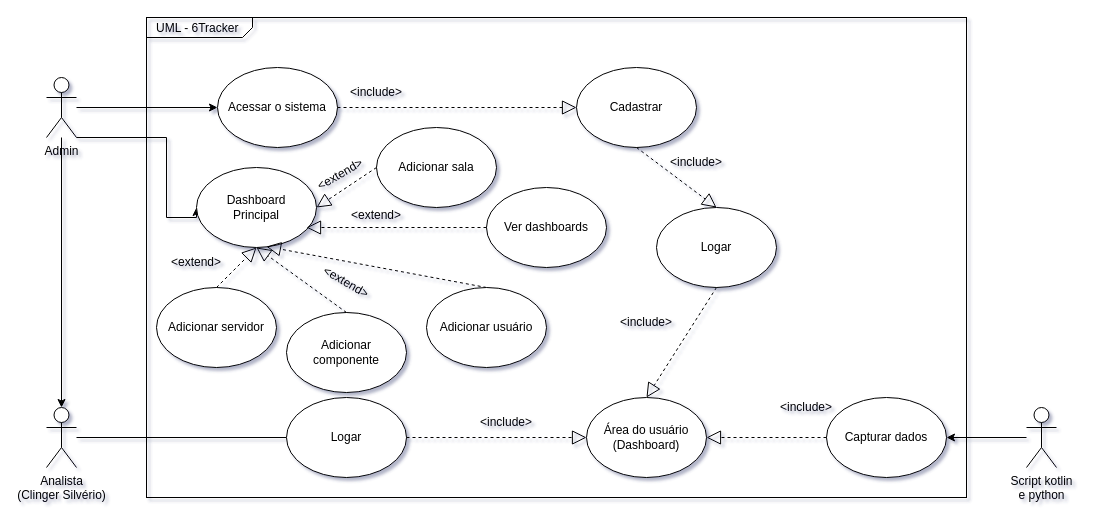
This is Site/Documentação/Documentação ALL/UML - 6Tracker.drawio from Monitoramento-Dados-Sensiveis/6tracker, a draw.io file, before an edit. Source tidied: cells renumbered, new cells numbered last; positions are measured from the earlier drawing's top-left corner, leaving out a move shared by most shapes. Both pictures are drawn from the tidied source at 100%, with x=0, y=0 at pixel (46, 17).
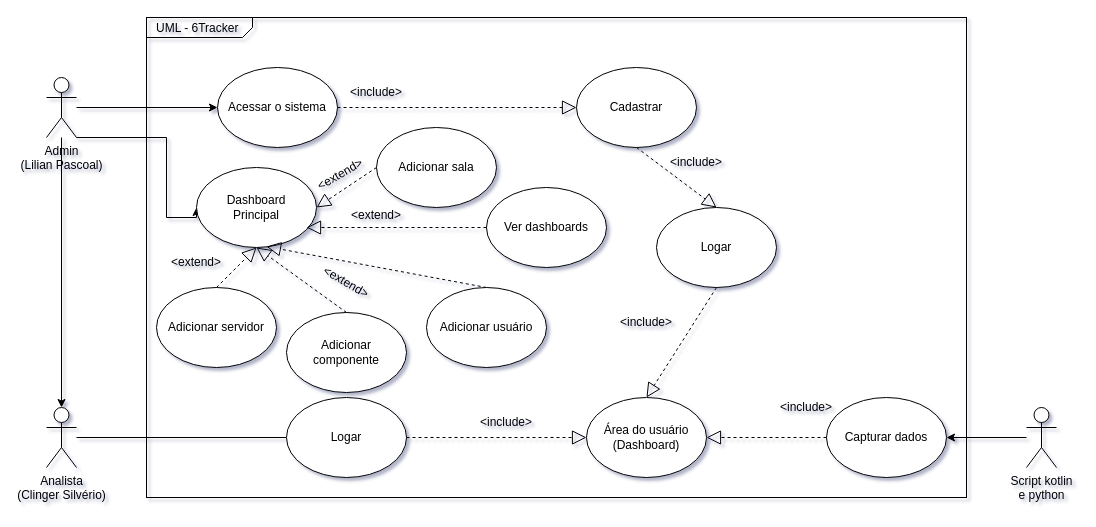
Above is the later version.

Commit message:
Atualizando a UML

Diff of the diagram source:
```diff
@@
-    <mxCell id="4" value="Admin&lt;br&gt;" style="shape=umlActor;verticalLabelPosition=bottom;verticalAlign=top;html=1;outlineConnect=0;" parent="1" vertex="1">
+    <mxCell id="4" value="Admin&lt;br&gt;(Lilian Pascoal)" style="shape=umlActor;verticalLabelPosition=bottom;verticalAlign=top;html=1;outlineConnect=0;" parent="1" vertex="1">
       <mxGeometry y="60" width="30" height="60" as="geometry" />
     </mxCell>
```
